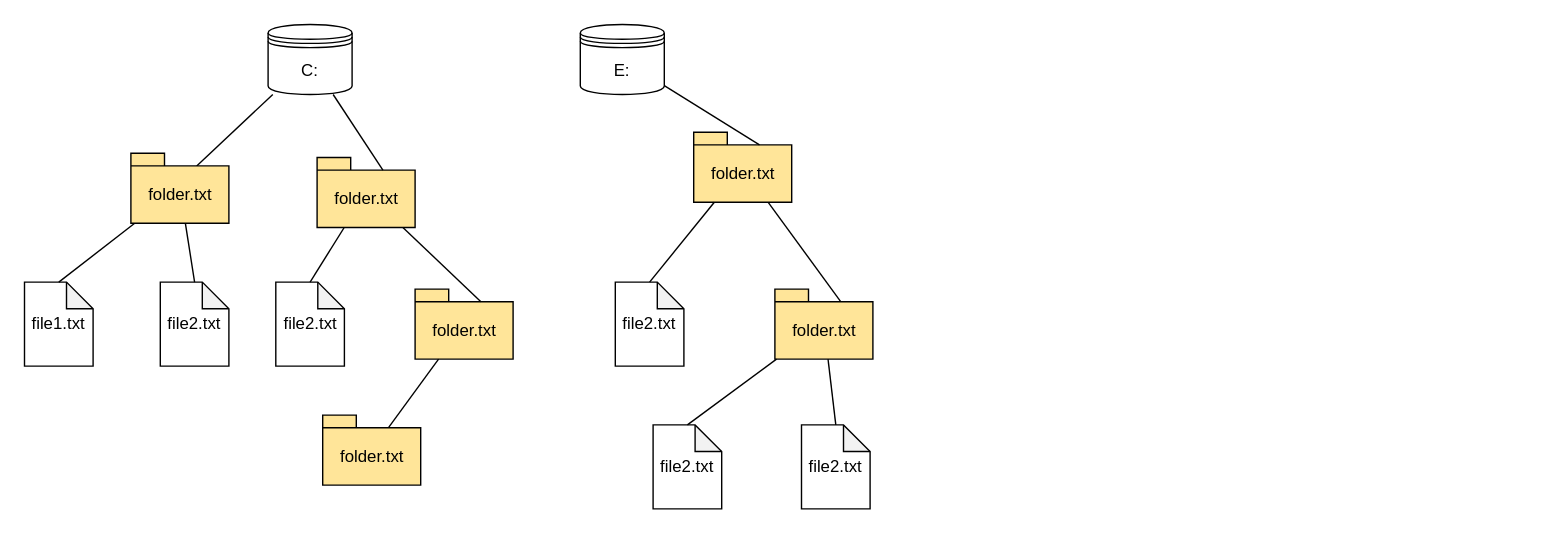
Before: Tree.drawio in mycatislovely/python_study, a draw.io diagram. Source tidied: cells renumbered, new cells numbered last; positions are measured from the earlier drawing's top-left corner, leaving out a move shared by most shapes. Both pictures are drawn from the tidied source at 140%, with x=0, y=0 at pixel (24, 24).
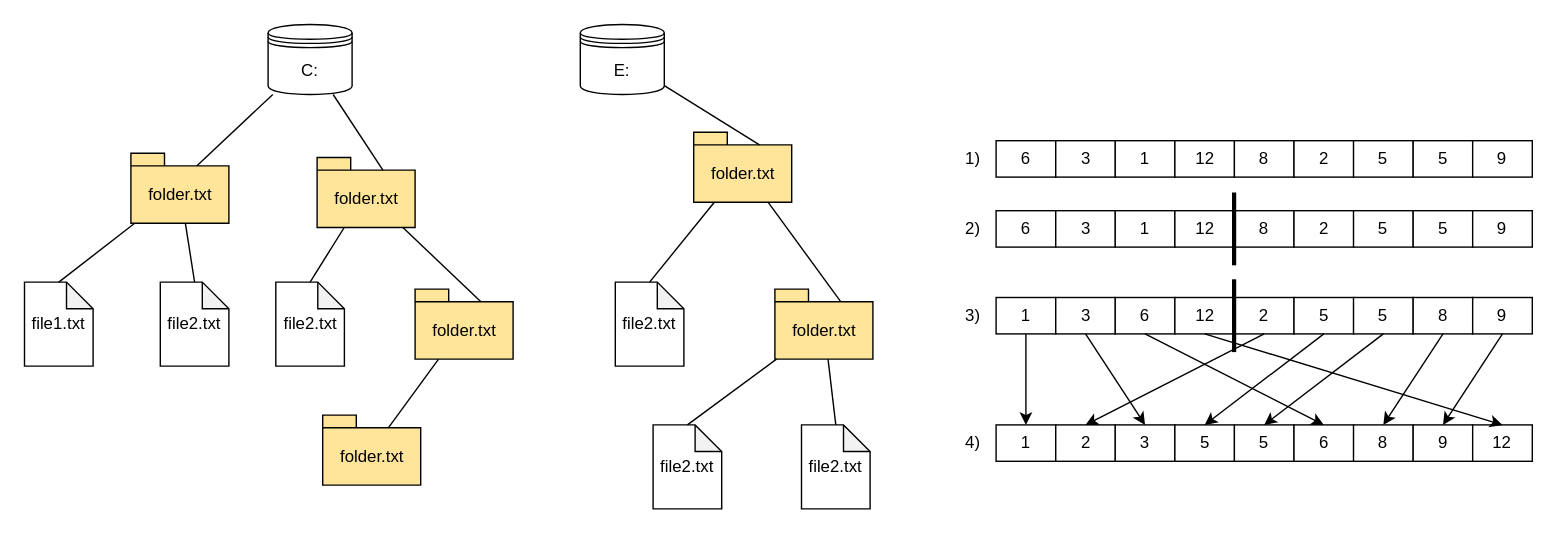
The same diagram, later.

Diff of the diagram source:
```diff
@@
+    <mxCell id="28" style="group;" parent="1" vertex="1">
+      <mxGeometry x="694" y="83" width="383" height="26" as="geometry" />
+    </mxCell>
+    <mxCell id="29" value="6" style="rounded=0;whiteSpace=wrap;html=1;" parent="28" vertex="1">
+      <mxGeometry width="42.6" height="26" as="geometry" />
+    </mxCell>
+    <mxCell id="30" value="3" style="rounded=0;whiteSpace=wrap;html=1;" parent="28" vertex="1">
+      <mxGeometry x="42.6" width="42.6" height="26" as="geometry" />
+    </mxCell>
+    <mxCell id="31" value="1" style="rounded=0;whiteSpace=wrap;html=1;" parent="28" vertex="1">
+      <mxGeometry x="85.1" width="42.6" height="26" as="geometry" />
+    </mxCell>
+    <mxCell id="32" value="12" style="rounded=0;whiteSpace=wrap;html=1;" parent="28" vertex="1">
+      <mxGeometry x="127.7" width="42.6" height="26" as="geometry" />
+    </mxCell>
+    <mxCell id="33" value="8" style="rounded=0;whiteSpace=wrap;html=1;" parent="28" vertex="1">
+      <mxGeometry x="170.2" width="42.6" height="26" as="geometry" />
+    </mxCell>
+    <mxCell id="34" value="2" style="rounded=0;whiteSpace=wrap;html=1;" parent="28" vertex="1">
+      <mxGeometry x="212.8" width="42.6" height="26" as="geometry" />
+    </mxCell>
+    <mxCell id="35" value="5" style="rounded=0;whiteSpace=wrap;html=1;" parent="28" vertex="1">
+      <mxGeometry x="255.3" width="42.6" height="26" as="geometry" />
+    </mxCell>
+    <mxCell id="36" value="5" style="rounded=0;whiteSpace=wrap;html=1;" parent="28" vertex="1">
+      <mxGeometry x="297.9" width="42.6" height="26" as="geometry" />
+    </mxCell>
+    <mxCell id="37" value="9" style="rounded=0;whiteSpace=wrap;html=1;" parent="28" vertex="1">
+      <mxGeometry x="340.4" width="42.6" height="26" as="geometry" />
+    </mxCell>
+    <mxCell id="38" style="group;" parent="1" vertex="1">
+      <mxGeometry x="694" y="133" width="383" height="26" as="geometry" />
+    </mxCell>
+    <mxCell id="39" value="6" style="rounded=0;whiteSpace=wrap;html=1;" parent="38" vertex="1">
+      <mxGeometry width="42.6" height="26" as="geometry" />
+    </mxCell>
+    <mxCell id="40" value="3" style="rounded=0;whiteSpace=wrap;html=1;" parent="38" vertex="1">
+      <mxGeometry x="42.6" width="42.6" height="26" as="geometry" />
+    </mxCell>
+    <mxCell id="41" value="1" style="rounded=0;whiteSpace=wrap;html=1;" parent="38" vertex="1">
+      <mxGeometry x="85.1" width="42.6" height="26" as="geometry" />
+    </mxCell>
+    <mxCell id="42" value="12" style="rounded=0;whiteSpace=wrap;html=1;" parent="38" vertex="1">
+      <mxGeometry x="127.7" width="42.6" height="26" as="geometry" />
+    </mxCell>
+    <mxCell id="43" value="8" style="rounded=0;whiteSpace=wrap;html=1;" parent="38" vertex="1">
+      <mxGeometry x="170.2" width="42.6" height="26" as="geometry" />
+    </mxCell>
+    <mxCell id="44" value="2" style="rounded=0;whiteSpace=wrap;html=1;" parent="38" vertex="1">
+      <mxGeometry x="212.8" width="42.6" height="26" as="geometry" />
+    </mxCell>
+    <mxCell id="45" value="5" style="rounded=0;whiteSpace=wrap;html=1;" parent="38" vertex="1">
+      <mxGeometry x="255.3" width="42.6" height="26" as="geometry" />
+    </mxCell>
+    <mxCell id="46" value="5" style="rounded=0;whiteSpace=wrap;html=1;" parent="38" vertex="1">
+      <mxGeometry x="297.9" width="42.6" height="26" as="geometry" />
+    </mxCell>
+    <mxCell id="47" value="9" style="rounded=0;whiteSpace=wrap;html=1;" parent="38" vertex="1">
+      <mxGeometry x="340.4" width="42.6" height="26" as="geometry" />
+    </mxCell>
+    <mxCell id="48" style="endArrow=none;html=1;rounded=0;strokeColor=default;strokeWidth=3;" parent="1" edge="1">
+      <mxGeometry relative="1" as="geometry">
+        <mxPoint x="864" y="172" as="sourcePoint" />
+        <mxPoint x="864" y="120" as="targetPoint" />
+      </mxGeometry>
+    </mxCell>
+    <mxCell id="49" value="1)" style="text;html=1;strokeColor=none;fillColor=none;align=right;verticalAlign=middle;whiteSpace=wrap;rounded=0;" parent="1" vertex="1">
+      <mxGeometry x="662" y="81" width="23" height="30" as="geometry" />
+    </mxCell>
+    <mxCell id="50" value="2)" style="text;html=1;strokeColor=none;fillColor=none;align=right;verticalAlign=middle;whiteSpace=wrap;rounded=0;" parent="1" vertex="1">
+      <mxGeometry x="662" y="131" width="23" height="30" as="geometry" />
+    </mxCell>
+    <mxCell id="51" style="group;" parent="1" vertex="1">
+      <mxGeometry x="694" y="195" width="383" height="26" as="geometry" />
+    </mxCell>
+    <mxCell id="52" value="1" style="rounded=0;whiteSpace=wrap;html=1;" parent="51" vertex="1">
+      <mxGeometry width="42.6" height="26" as="geometry" />
+    </mxCell>
+    <mxCell id="53" value="3" style="rounded=0;whiteSpace=wrap;html=1;" parent="51" vertex="1">
+      <mxGeometry x="42.6" width="42.6" height="26" as="geometry" />
+    </mxCell>
+    <mxCell id="54" value="6" style="rounded=0;whiteSpace=wrap;html=1;" parent="51" vertex="1">
+      <mxGeometry x="85.1" width="42.6" height="26" as="geometry" />
+    </mxCell>
+    <mxCell id="55" value="12" style="rounded=0;whiteSpace=wrap;html=1;" parent="51" vertex="1">
+      <mxGeometry x="127.7" width="42.6" height="26" as="geometry" />
+    </mxCell>
+    <mxCell id="56" value="2" style="rounded=0;whiteSpace=wrap;html=1;" parent="51" vertex="1">
+      <mxGeometry x="170.2" width="42.6" height="26" as="geometry" />
+    </mxCell>
+    <mxCell id="57" value="5" style="rounded=0;whiteSpace=wrap;html=1;" parent="51" vertex="1">
+      <mxGeometry x="212.8" width="42.6" height="26" as="geometry" />
+    </mxCell>
+    <mxCell id="58" value="5" style="rounded=0;whiteSpace=wrap;html=1;" parent="51" vertex="1">
+      <mxGeometry x="255.3" width="42.6" height="26" as="geometry" />
+    </mxCell>
+    <mxCell id="59" value="8" style="rounded=0;whiteSpace=wrap;html=1;" parent="51" vertex="1">
+      <mxGeometry x="297.9" width="42.6" height="26" as="geometry" />
+    </mxCell>
+    <mxCell id="60" value="9" style="rounded=0;whiteSpace=wrap;html=1;" parent="51" vertex="1">
+      <mxGeometry x="340.4" width="42.6" height="26" as="geometry" />
+    </mxCell>
+    <mxCell id="61" style="endArrow=none;html=1;rounded=0;strokeColor=default;strokeWidth=3;" parent="1" edge="1">
+      <mxGeometry relative="1" as="geometry">
+        <mxPoint x="864" y="234" as="sourcePoint" />
+        <mxPoint x="864" y="182" as="targetPoint" />
+      </mxGeometry>
+    </mxCell>
+    <mxCell id="62" value="3)" style="text;html=1;strokeColor=none;fillColor=none;align=right;verticalAlign=middle;whiteSpace=wrap;rounded=0;" parent="1" vertex="1">
+      <mxGeometry x="662" y="193" width="23" height="30" as="geometry" />
+    </mxCell>
+    <mxCell id="63" style="group;" parent="1" vertex="1">
+      <mxGeometry x="694" y="286" width="383" height="26" as="geometry" />
+    </mxCell>
+    <mxCell id="64" value="1" style="rounded=0;whiteSpace=wrap;html=1;" parent="63" vertex="1">
+      <mxGeometry width="42.6" height="26" as="geometry" />
+    </mxCell>
+    <mxCell id="65" value="2" style="rounded=0;whiteSpace=wrap;html=1;" parent="63" vertex="1">
+      <mxGeometry x="42.6" width="42.6" height="26" as="geometry" />
+    </mxCell>
+    <mxCell id="66" value="3" style="rounded=0;whiteSpace=wrap;html=1;" parent="63" vertex="1">
+      <mxGeometry x="85.1" width="42.6" height="26" as="geometry" />
+    </mxCell>
+    <mxCell id="67" value="5" style="rounded=0;whiteSpace=wrap;html=1;" parent="63" vertex="1">
+      <mxGeometry x="127.7" width="42.6" height="26" as="geometry" />
+    </mxCell>
+    <mxCell id="68" value="5" style="rounded=0;whiteSpace=wrap;html=1;" parent="63" vertex="1">
+      <mxGeometry x="170.2" width="42.6" height="26" as="geometry" />
+    </mxCell>
+    <mxCell id="69" value="6" style="rounded=0;whiteSpace=wrap;html=1;" parent="63" vertex="1">
+      <mxGeometry x="212.8" width="42.6" height="26" as="geometry" />
+    </mxCell>
+    <mxCell id="70" value="8" style="rounded=0;whiteSpace=wrap;html=1;" parent="63" vertex="1">
+      <mxGeometry x="255.3" width="42.6" height="26" as="geometry" />
+    </mxCell>
+    <mxCell id="71" value="9" style="rounded=0;whiteSpace=wrap;html=1;" parent="63" vertex="1">
+      <mxGeometry x="297.9" width="42.6" height="26" as="geometry" />
+    </mxCell>
+    <mxCell id="72" value="12" style="rounded=0;whiteSpace=wrap;html=1;" parent="63" vertex="1">
+      <mxGeometry x="340.4" width="42.6" height="26" as="geometry" />
+    </mxCell>
+    <mxCell id="73" value="4)" style="text;html=1;strokeColor=none;fillColor=none;align=right;verticalAlign=middle;whiteSpace=wrap;rounded=0;" parent="1" vertex="1">
+      <mxGeometry x="662" y="284" width="23" height="30" as="geometry" />
+    </mxCell>
+    <mxCell id="74" style="endArrow=classic;html=1;rounded=0;strokeColor=default;strokeWidth=1;exitX=0.5;exitY=1;exitDx=0;exitDy=0;entryX=0.5;entryY=0;entryDx=0;entryDy=0;" parent="1" edge="1" source="52" target="64">
+      <mxGeometry relative="1" as="geometry" />
+    </mxCell>
+    <mxCell id="75" style="endArrow=classic;html=1;rounded=0;strokeColor=default;strokeWidth=1;exitX=0.5;exitY=1;exitDx=0;exitDy=0;entryX=0.5;entryY=0;entryDx=0;entryDy=0;" parent="1" edge="1" source="56" target="65">
+      <mxGeometry relative="1" as="geometry" />
+    </mxCell>
+    <mxCell id="76" style="endArrow=classic;html=1;rounded=0;strokeColor=default;strokeWidth=1;exitX=0.5;exitY=1;exitDx=0;exitDy=0;entryX=0.5;entryY=0;entryDx=0;entryDy=0;" parent="1" edge="1" source="53" target="66">
+      <mxGeometry relative="1" as="geometry" />
+    </mxCell>
+    <mxCell id="77" style="endArrow=classic;html=1;rounded=0;strokeColor=default;strokeWidth=1;exitX=0.5;exitY=1;exitDx=0;exitDy=0;entryX=0.5;entryY=0;entryDx=0;entryDy=0;" parent="1" edge="1" source="57" target="67">
+      <mxGeometry relative="1" as="geometry" />
+    </mxCell>
+    <mxCell id="78" style="endArrow=classic;html=1;rounded=0;strokeColor=default;strokeWidth=1;exitX=0.5;exitY=1;exitDx=0;exitDy=0;entryX=0.5;entryY=0;entryDx=0;entryDy=0;" parent="1" edge="1" source="58" target="68">
+      <mxGeometry relative="1" as="geometry" />
+    </mxCell>
+    <mxCell id="79" style="endArrow=classic;html=1;rounded=0;strokeColor=default;strokeWidth=1;exitX=0.5;exitY=1;exitDx=0;exitDy=0;entryX=0.5;entryY=0;entryDx=0;entryDy=0;" parent="1" edge="1" source="54" target="69">
+      <mxGeometry relative="1" as="geometry" />
+    </mxCell>
+    <mxCell id="80" style="endArrow=classic;html=1;rounded=0;strokeColor=default;strokeWidth=1;exitX=0.5;exitY=1;exitDx=0;exitDy=0;entryX=0.5;entryY=0;entryDx=0;entryDy=0;" parent="1" edge="1" source="59" target="70">
+      <mxGeometry relative="1" as="geometry" />
+    </mxCell>
+    <mxCell id="81" style="endArrow=classic;html=1;rounded=0;strokeColor=default;strokeWidth=1;exitX=0.5;exitY=1;exitDx=0;exitDy=0;entryX=0.5;entryY=0;entryDx=0;entryDy=0;" parent="1" edge="1" source="60" target="71">
+      <mxGeometry relative="1" as="geometry" />
+    </mxCell>
+    <mxCell id="82" style="endArrow=classic;html=1;rounded=0;strokeColor=default;strokeWidth=1;exitX=0.5;exitY=1;exitDx=0;exitDy=0;entryX=0.5;entryY=0;entryDx=0;entryDy=0;" parent="1" edge="1" source="55" target="72">
+      <mxGeometry relative="1" as="geometry" />
+    </mxCell>
```
